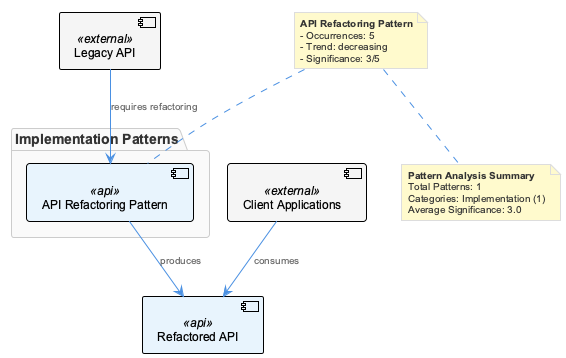
This is knowledge-management/insights/images/api-refactoring-pattern-architecture.png from fwornle/coding, a PlantUML export, as it was before one commit.
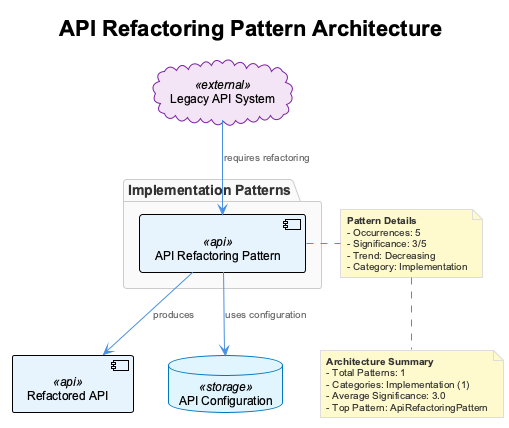
The same diagram one commit later.

What changed in the source:
```diff
@@ -1,30 +1,34 @@
 @startuml
 !include /Users/q284340/Agentic/coding/docs/puml/_standard-style.puml
+
+title API Refactoring Pattern Architecture
 
 package "Implementation Patterns" {
     component "API Refactoring Pattern" as apiRefactoring <<api>>
 }
 
-component "Legacy API" as legacyApi <<external>>
-component "Refactored API" as refactoredApi <<api>>
-component "Client Applications" as clients <<external>>
+cloud "Legacy API System" as legacyApi <<external>>
+component "Refactored API" as newApi <<api>>
+database "API Configuration" as apiConfig <<storage>>
 
 legacyApi --> apiRefactoring : "requires refactoring"
-apiRefactoring --> refactoredApi : "produces"
-clients --> refactoredApi : "consumes"
+apiRefactoring --> newApi : "produces"
+apiRefactoring --> apiConfig : "uses configuration"
 
-note top of apiRefactoring
-**API Refactoring Pattern**
-- Occurrences: 5
-- Trend: decreasing
-- Significance: 3/5
+note right of apiRefactoring
+  **Pattern Details**
+  - Occurrences: 5
+  - Significance: 3/5
+  - Trend: Decreasing
+  - Category: Implementation
 end note
 
 note bottom
-**Pattern Analysis Summary**
-Total Patterns: 1
-Categories: Implementation (1)
-Average Significance: 3.0
+  **Architecture Summary**
+  - Total Patterns: 1
+  - Categories: Implementation (1)
+  - Average Significance: 3.0
+  - Top Pattern: ApiRefactoringPattern
 end note
 
 @enduml
```
